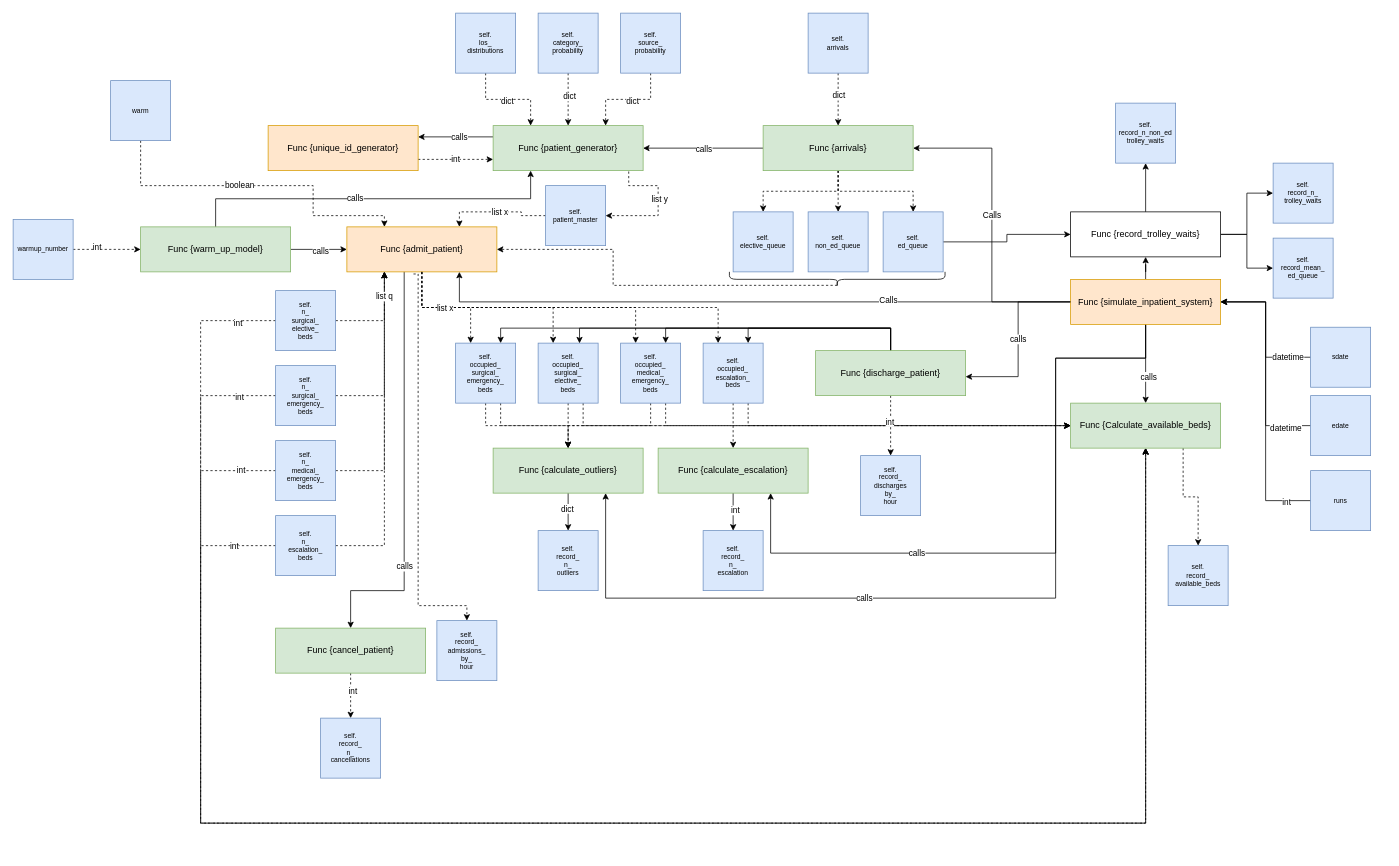
Above: page "Page-1" (1 of 2) of app_flows.drawio in SomersetNHSFoundationTrust/BedModel (draw.io), before the change. Source tidied: cells renumbered, new cells numbered last; positions are measured from the earlier drawing's top-left corner, leaving out a move shared by most shapes. Both pictures are drawn from the tidied source at 75%, with x=0, y=0 at pixel (13, 13).
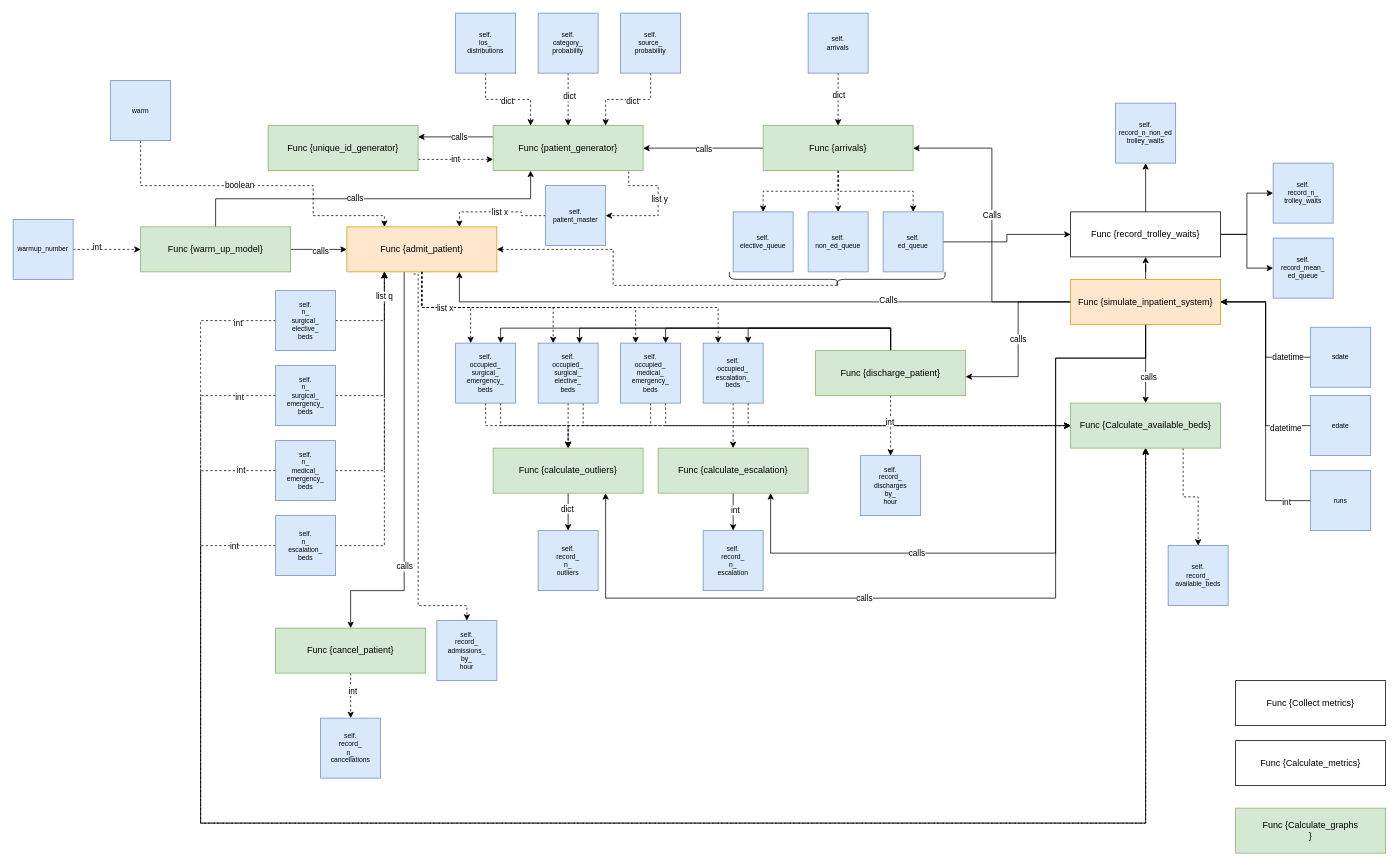
After the change.

Change to the diagram source:
```diff
@@
-    <mxCell id="4" value="Func {unique_id_generator}" style="rounded=0;whiteSpace=wrap;html=1;fillColor=#ffe6cc;strokeColor=#d79b00;" parent="1" vertex="1">
+    <mxCell id="4" value="Func {unique_id_generator}" style="rounded=0;whiteSpace=wrap;html=1;fillColor=#d5e8d4;strokeColor=#82b366;" parent="1" vertex="1">
       <mxGeometry x="340" y="150" width="200" height="60" as="geometry" />
     </mxCell>
@@
+    <mxCell id="140" value="Func {Calculate_metrics&lt;span style=&quot;background-color: initial;&quot;&gt;}&lt;/span&gt;" style="rounded=0;whiteSpace=wrap;html=1;" parent="1" vertex="1">
+      <mxGeometry x="1630" y="970" width="200" height="60" as="geometry" />
+    </mxCell>
+    <mxCell id="141" value="Func {Calculate_graphs&lt;br&gt;&lt;span style=&quot;background-color: initial;&quot;&gt;}&lt;/span&gt;" style="rounded=0;whiteSpace=wrap;html=1;fillColor=#d5e8d4;strokeColor=#82b366;" parent="1" vertex="1">
+      <mxGeometry x="1630" y="1060" width="200" height="60" as="geometry" />
+    </mxCell>
+    <mxCell id="142" value="Func {Collect metrics&lt;span style=&quot;background-color: initial;&quot;&gt;}&lt;/span&gt;" style="rounded=0;whiteSpace=wrap;html=1;" parent="1" vertex="1">
+      <mxGeometry x="1630" y="890" width="200" height="60" as="geometry" />
+    </mxCell>
```
